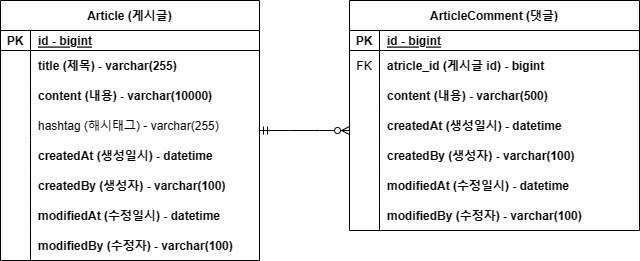
Kimminhyeo/project-board keeps this draw.io diagram as document/project-board-erd.png. Above is the earlier version. Source tidied: cells renumbered, new cells last; positions are measured from the earlier drawing's top-left corner, leaving out a move shared by most shapes.
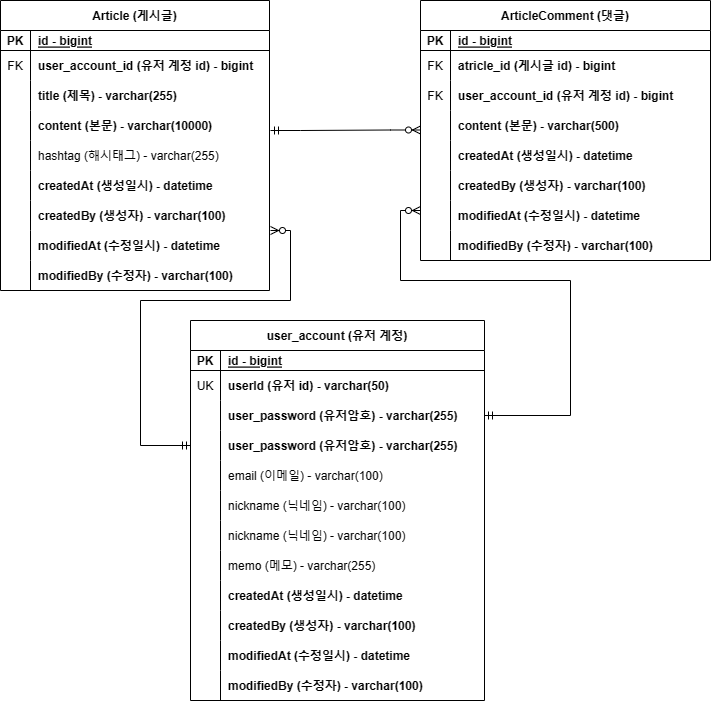
After the change.

Change to the diagram source:
```diff
@@ -3,82 +3,91 @@
     <mxCell id="0" />
     <mxCell id="1" parent="0" />
     <mxCell id="2" value="Article (게시글)" style="shape=table;startSize=30;rowLines=0;fontStyle=1;align=center;" parent="1" vertex="1">
-      <mxGeometry width="259" height="260" as="geometry" />
+      <mxGeometry x="9" width="269" height="290" as="geometry" />
     </mxCell>
     <mxCell id="3" style="shape=tableRow;horizontal=0;startSize=0;swimlaneHead=0;swimlaneBody=0;fillColor=none;top=0;left=0;right=0;bottom=1;" parent="2" vertex="1">
-      <mxGeometry y="30" width="259" height="20" as="geometry" />
+      <mxGeometry y="30" width="269" height="20" as="geometry" />
     </mxCell>
     <mxCell id="4" value="PK" style="shape=partialRectangle;fillColor=none;top=0;left=0;bottom=0;right=0;fontStyle=1;overflow=hidden;" parent="3" vertex="1">
       <mxGeometry width="30" height="20" as="geometry" />
     </mxCell>
     <mxCell id="5" value="id - bigint" style="shape=partialRectangle;fillColor=none;top=0;left=0;bottom=0;right=0;align=left;spacingLeft=6;fontStyle=5;overflow=hidden;" parent="3" vertex="1">
-      <mxGeometry x="30" width="229" height="20" as="geometry" />
+      <mxGeometry x="30" width="239" height="20" as="geometry" />
     </mxCell>
+    <mxCell id="50" style="shape=tableRow;horizontal=0;startSize=0;swimlaneHead=0;swimlaneBody=0;fillColor=none;top=0;left=0;right=0;bottom=0;fontStyle=0;" parent="2" vertex="1">
+      <mxGeometry y="50" width="269" height="30" as="geometry" />
+    </mxCell>
+    <mxCell id="51" value="FK" style="shape=partialRectangle;fillColor=none;top=0;left=0;bottom=0;right=0;overflow=hidden;" parent="50" vertex="1">
+      <mxGeometry width="30" height="30" as="geometry" />
+    </mxCell>
+    <mxCell id="52" value="user_account_id (유저 계정 id) - bigint" style="shape=partialRectangle;fillColor=none;top=0;left=0;bottom=0;right=0;align=left;spacingLeft=6;overflow=hidden;fontStyle=1;" parent="50" vertex="1">
+      <mxGeometry x="30" width="239" height="30" as="geometry" />
+    </mxCell>
     <mxCell id="6" style="shape=tableRow;horizontal=0;startSize=0;swimlaneHead=0;swimlaneBody=0;fillColor=none;top=0;left=0;right=0;bottom=0;fontStyle=0;" parent="2" vertex="1">
-      <mxGeometry y="50" width="259" height="30" as="geometry" />
+      <mxGeometry y="80" width="269" height="30" as="geometry" />
     </mxCell>
     <mxCell id="7" style="shape=partialRectangle;fillColor=none;top=0;left=0;bottom=0;right=0;overflow=hidden;" parent="6" vertex="1">
       <mxGeometry width="30" height="30" as="geometry" />
     </mxCell>
     <mxCell id="8" value="title (제목) - varchar(255)" style="shape=partialRectangle;fillColor=none;top=0;left=0;bottom=0;right=0;align=left;spacingLeft=6;overflow=hidden;fontStyle=1;" parent="6" vertex="1">
-      <mxGeometry x="30" width="229" height="30" as="geometry" />
+      <mxGeometry x="30" width="239" height="30" as="geometry" />
     </mxCell>
     <mxCell id="9" style="shape=tableRow;horizontal=0;startSize=0;swimlaneHead=0;swimlaneBody=0;fillColor=none;top=0;left=0;right=0;bottom=0;" parent="2" vertex="1">
-      <mxGeometry y="80" width="259" height="30" as="geometry" />
+      <mxGeometry y="110" width="269" height="30" as="geometry" />
     </mxCell>
     <mxCell id="10" style="shape=partialRectangle;fillColor=none;top=0;left=0;bottom=0;right=0;overflow=hidden;" parent="9" vertex="1">
       <mxGeometry width="30" height="30" as="geometry" />
     </mxCell>
-    <mxCell id="11" value="content (내용) - varchar(10000)" style="shape=partialRectangle;fillColor=none;top=0;left=0;bottom=0;right=0;align=left;spacingLeft=6;overflow=hidden;fontStyle=1;" parent="9" vertex="1">
-      <mxGeometry x="30" width="229" height="30" as="geometry" />
+    <mxCell id="11" value="content (본문) - varchar(10000)" style="shape=partialRectangle;fillColor=none;top=0;left=0;bottom=0;right=0;align=left;spacingLeft=6;overflow=hidden;fontStyle=1;" parent="9" vertex="1">
+      <mxGeometry x="30" width="239" height="30" as="geometry" />
     </mxCell>
     <mxCell id="12" style="shape=tableRow;horizontal=0;startSize=0;swimlaneHead=0;swimlaneBody=0;fillColor=none;top=0;left=0;right=0;bottom=0;" parent="2" vertex="1">
-      <mxGeometry y="110" width="259" height="30" as="geometry" />
+      <mxGeometry y="140" width="269" height="30" as="geometry" />
     </mxCell>
     <mxCell id="13" style="shape=partialRectangle;fillColor=none;top=0;left=0;bottom=0;right=0;overflow=hidden;" parent="12" vertex="1">
       <mxGeometry width="30" height="30" as="geometry" />
     </mxCell>
     <mxCell id="14" value="hashtag (해시태그) - varchar(255)" style="shape=partialRectangle;fillColor=none;top=0;left=0;bottom=0;right=0;align=left;spacingLeft=6;overflow=hidden;" parent="12" vertex="1">
-      <mxGeometry x="30" width="229" height="30" as="geometry" />
+      <mxGeometry x="30" width="239" height="30" as="geometry" />
     </mxCell>
     <mxCell id="15" style="shape=tableRow;horizontal=0;startSize=0;swimlaneHead=0;swimlaneBody=0;fillColor=none;top=0;left=0;right=0;bottom=0;" parent="2" vertex="1">
-      <mxGeometry y="140" width="259" height="30" as="geometry" />
+      <mxGeometry y="170" width="269" height="30" as="geometry" />
     </mxCell>
     <mxCell id="16" style="shape=partialRectangle;fillColor=none;top=0;left=0;bottom=0;right=0;overflow=hidden;" parent="15" vertex="1">
       <mxGeometry width="30" height="30" as="geometry" />
     </mxCell>
     <mxCell id="17" value="createdAt (생성일시) - datetime" style="shape=partialRectangle;fillColor=none;top=0;left=0;bottom=0;right=0;align=left;spacingLeft=6;overflow=hidden;fontStyle=1;" parent="15" vertex="1">
-      <mxGeometry x="30" width="229" height="30" as="geometry" />
+      <mxGeometry x="30" width="239" height="30" as="geometry" />
     </mxCell>
     <mxCell id="18" style="shape=tableRow;horizontal=0;startSize=0;swimlaneHead=0;swimlaneBody=0;fillColor=none;top=0;left=0;right=0;bottom=0;" parent="2" vertex="1">
-      <mxGeometry y="170" width="259" height="30" as="geometry" />
+      <mxGeometry y="200" width="269" height="30" as="geometry" />
     </mxCell>
     <mxCell id="19" style="shape=partialRectangle;fillColor=none;top=0;left=0;bottom=0;right=0;overflow=hidden;" parent="18" vertex="1">
       <mxGeometry width="30" height="30" as="geometry" />
     </mxCell>
     <mxCell id="20" value="createdBy (생성자) - varchar(100)" style="shape=partialRectangle;fillColor=none;top=0;left=0;bottom=0;right=0;align=left;spacingLeft=6;overflow=hidden;fontStyle=1;" parent="18" vertex="1">
-      <mxGeometry x="30" width="229" height="30" as="geometry" />
+      <mxGeometry x="30" width="239" height="30" as="geometry" />
     </mxCell>
     <mxCell id="21" style="shape=tableRow;horizontal=0;startSize=0;swimlaneHead=0;swimlaneBody=0;fillColor=none;top=0;left=0;right=0;bottom=0;" parent="2" vertex="1">
-      <mxGeometry y="200" width="259" height="30" as="geometry" />
+      <mxGeometry y="230" width="269" height="30" as="geometry" />
     </mxCell>
     <mxCell id="22" style="shape=partialRectangle;fillColor=none;top=0;left=0;bottom=0;right=0;overflow=hidden;" parent="21" vertex="1">
       <mxGeometry width="30" height="30" as="geometry" />
     </mxCell>
     <mxCell id="23" value="modifiedAt (수정일시) - datetime" style="shape=partialRectangle;fillColor=none;top=0;left=0;bottom=0;right=0;align=left;spacingLeft=6;overflow=hidden;fontStyle=1;" parent="21" vertex="1">
-      <mxGeometry x="30" width="229" height="30" as="geometry" />
+      <mxGeometry x="30" width="239" height="30" as="geometry" />
     </mxCell>
     <mxCell id="24" style="shape=tableRow;horizontal=0;startSize=0;swimlaneHead=0;swimlaneBody=0;fillColor=none;top=0;left=0;right=0;bottom=0;" parent="2" vertex="1">
-      <mxGeometry y="230" width="259" height="30" as="geometry" />
+      <mxGeometry y="260" width="269" height="30" as="geometry" />
     </mxCell>
     <mxCell id="25" style="shape=partialRectangle;fillColor=none;top=0;left=0;bottom=0;right=0;overflow=hidden;" parent="24" vertex="1">
       <mxGeometry width="30" height="30" as="geometry" />
     </mxCell>
     <mxCell id="26" value="modifiedBy (수정자) - varchar(100)" style="shape=partialRectangle;fillColor=none;top=0;left=0;bottom=0;right=0;align=left;spacingLeft=6;overflow=hidden;fontStyle=1;" parent="24" vertex="1">
-      <mxGeometry x="30" width="229" height="30" as="geometry" />
+      <mxGeometry x="30" width="239" height="30" as="geometry" />
     </mxCell>
     <mxCell id="27" value="ArticleComment (댓글)" style="shape=table;startSize=30;rowLines=0;fontStyle=1;align=center;" parent="1" vertex="1">
-      <mxGeometry x="349" width="290" height="230" as="geometry" />
+      <mxGeometry x="429" width="290" height="260" as="geometry" />
     </mxCell>
     <mxCell id="28" style="shape=tableRow;horizontal=0;startSize=0;swimlaneHead=0;swimlaneBody=0;fillColor=none;top=0;left=0;right=0;bottom=1;" parent="27" vertex="1">
       <mxGeometry y="30" width="290" height="20" as="geometry" />
@@ -98,17 +107,26 @@
     <mxCell id="33" value="atricle_id (게시글 id) - bigint" style="shape=partialRectangle;fillColor=none;top=0;left=0;bottom=0;right=0;align=left;spacingLeft=6;overflow=hidden;fontStyle=1;" parent="31" vertex="1">
       <mxGeometry x="30" width="260" height="30" as="geometry" />
     </mxCell>
+    <mxCell id="53" style="shape=tableRow;horizontal=0;startSize=0;swimlaneHead=0;swimlaneBody=0;fillColor=none;top=0;left=0;right=0;bottom=0;" parent="27" vertex="1">
+      <mxGeometry y="80" width="290" height="30" as="geometry" />
+    </mxCell>
+    <mxCell id="54" value="FK" style="shape=partialRectangle;fillColor=none;top=0;left=0;bottom=0;right=0;overflow=hidden;" parent="53" vertex="1">
+      <mxGeometry width="30" height="30" as="geometry" />
+    </mxCell>
+    <mxCell id="55" value="user_account_id (유저 계정 id) - bigint" style="shape=partialRectangle;fillColor=none;top=0;left=0;bottom=0;right=0;align=left;spacingLeft=6;overflow=hidden;fontStyle=1;" parent="53" vertex="1">
+      <mxGeometry x="30" width="260" height="30" as="geometry" />
+    </mxCell>
     <mxCell id="34" style="shape=tableRow;horizontal=0;startSize=0;swimlaneHead=0;swimlaneBody=0;fillColor=none;top=0;left=0;right=0;bottom=0;" parent="27" vertex="1">
-      <mxGeometry y="80" width="290" height="30" as="geometry" />
+      <mxGeometry y="110" width="290" height="30" as="geometry" />
     </mxCell>
     <mxCell id="35" style="shape=partialRectangle;fillColor=none;top=0;left=0;bottom=0;right=0;overflow=hidden;" parent="34" vertex="1">
       <mxGeometry width="30" height="30" as="geometry" />
     </mxCell>
-    <mxCell id="36" value="content (내용) - varchar(500)" style="shape=partialRectangle;fillColor=none;top=0;left=0;bottom=0;right=0;align=left;spacingLeft=6;overflow=hidden;fontStyle=1;" parent="34" vertex="1">
+    <mxCell id="36" value="content (본문) - varchar(500)" style="shape=partialRectangle;fillColor=none;top=0;left=0;bottom=0;right=0;align=left;spacingLeft=6;overflow=hidden;fontStyle=1;" parent="34" vertex="1">
       <mxGeometry x="30" width="260" height="30" as="geometry" />
     </mxCell>
     <mxCell id="37" style="shape=tableRow;horizontal=0;startSize=0;swimlaneHead=0;swimlaneBody=0;fillColor=none;top=0;left=0;right=0;bottom=0;" parent="27" vertex="1">
-      <mxGeometry y="110" width="290" height="30" as="geometry" />
+      <mxGeometry y="140" width="290" height="30" as="geometry" />
     </mxCell>
     <mxCell id="38" style="shape=partialRectangle;fillColor=none;top=0;left=0;bottom=0;right=0;overflow=hidden;" parent="37" vertex="1">
       <mxGeometry width="30" height="30" as="geometry" />
@@ -117,7 +135,7 @@
       <mxGeometry x="30" width="260" height="30" as="geometry" />
     </mxCell>
     <mxCell id="40" style="shape=tableRow;horizontal=0;startSize=0;swimlaneHead=0;swimlaneBody=0;fillColor=none;top=0;left=0;right=0;bottom=0;" parent="27" vertex="1">
-      <mxGeometry y="140" width="290" height="30" as="geometry" />
+      <mxGeometry y="170" width="290" height="30" as="geometry" />
     </mxCell>
     <mxCell id="41" style="shape=partialRectangle;fillColor=none;top=0;left=0;bottom=0;right=0;overflow=hidden;" parent="40" vertex="1">
       <mxGeometry width="30" height="30" as="geometry" />
@@ -126,7 +144,7 @@
       <mxGeometry x="30" width="260" height="30" as="geometry" />
     </mxCell>
     <mxCell id="43" style="shape=tableRow;horizontal=0;startSize=0;swimlaneHead=0;swimlaneBody=0;fillColor=none;top=0;left=0;right=0;bottom=0;" parent="27" vertex="1">
-      <mxGeometry y="170" width="290" height="30" as="geometry" />
+      <mxGeometry y="200" width="290" height="30" as="geometry" />
     </mxCell>
     <mxCell id="44" style="shape=partialRectangle;fillColor=none;top=0;left=0;bottom=0;right=0;overflow=hidden;" parent="43" vertex="1">
       <mxGeometry width="30" height="30" as="geometry" />
@@ -135,7 +153,7 @@
       <mxGeometry x="30" width="260" height="30" as="geometry" />
     </mxCell>
     <mxCell id="46" style="shape=tableRow;horizontal=0;startSize=0;swimlaneHead=0;swimlaneBody=0;fillColor=none;top=0;left=0;right=0;bottom=0;" parent="27" vertex="1">
-      <mxGeometry y="200" width="290" height="30" as="geometry" />
+      <mxGeometry y="230" width="290" height="30" as="geometry" />
     </mxCell>
     <mxCell id="47" style="shape=partialRectangle;fillColor=none;top=0;left=0;bottom=0;right=0;overflow=hidden;" parent="46" vertex="1">
       <mxGeometry width="30" height="30" as="geometry" />
@@ -145,9 +163,142 @@
     </mxCell>
     <mxCell id="49" style="edgeStyle=entityRelationEdgeStyle;fontSize=12;html=1;endArrow=ERzeroToMany;startArrow=ERmandOne;rounded=0;" parent="1" edge="1">
       <mxGeometry relative="1" as="geometry">
-        <mxPoint x="259" y="130" as="sourcePoint" />
-        <mxPoint x="349" y="130" as="targetPoint" />
+        <mxPoint x="279" y="130" as="sourcePoint" />
+        <mxPoint x="429" y="129.5" as="targetPoint" />
       </mxGeometry>
     </mxCell>
+    <mxCell id="56" value="user_account (유저 계정)" style="shape=table;startSize=30;rowLines=0;fontStyle=1;align=center;" parent="1" vertex="1">
+      <mxGeometry x="199" y="320" width="294" height="380" as="geometry" />
+    </mxCell>
+    <mxCell id="57" style="shape=tableRow;horizontal=0;startSize=0;swimlaneHead=0;swimlaneBody=0;fillColor=none;top=0;left=0;right=0;bottom=1;" parent="56" vertex="1">
+      <mxGeometry y="30" width="294" height="20" as="geometry" />
+    </mxCell>
+    <mxCell id="58" value="PK" style="shape=partialRectangle;fillColor=none;top=0;left=0;bottom=0;right=0;fontStyle=1;overflow=hidden;" parent="57" vertex="1">
+      <mxGeometry width="30" height="20" as="geometry" />
+    </mxCell>
+    <mxCell id="59" value="id - bigint" style="shape=partialRectangle;fillColor=none;top=0;left=0;bottom=0;right=0;align=left;spacingLeft=6;fontStyle=5;overflow=hidden;" parent="57" vertex="1">
+      <mxGeometry x="30" width="264" height="20" as="geometry" />
+    </mxCell>
+    <mxCell id="60" style="shape=tableRow;horizontal=0;startSize=0;swimlaneHead=0;swimlaneBody=0;fillColor=none;top=0;left=0;right=0;bottom=0;fontStyle=0;" parent="56" vertex="1">
+      <mxGeometry y="50" width="294" height="30" as="geometry" />
+    </mxCell>
+    <mxCell id="61" value="UK" style="shape=partialRectangle;fillColor=none;top=0;left=0;bottom=0;right=0;overflow=hidden;" parent="60" vertex="1">
+      <mxGeometry width="30" height="30" as="geometry" />
+    </mxCell>
+    <mxCell id="62" value="userId (유저 id) - varchar(50)" style="shape=partialRectangle;fillColor=none;top=0;left=0;bottom=0;right=0;align=left;spacingLeft=6;overflow=hidden;fontStyle=1;" parent="60" vertex="1">
+      <mxGeometry x="30" width="264" height="30" as="geometry" />
+    </mxCell>
+    <mxCell id="63" style="shape=tableRow;horizontal=0;startSize=0;swimlaneHead=0;swimlaneBody=0;fillColor=none;points=[[0,0.5],[1,0.5]];portConstraint=eastwest;top=0;left=0;right=0;bottom=0;" parent="56" vertex="1">
+      <mxGeometry y="80" width="294" height="30" as="geometry" />
+    </mxCell>
+    <mxCell id="64" style="shape=partialRectangle;fillColor=none;top=0;left=0;bottom=0;right=0;overflow=hidden;" parent="63" vertex="1">
+      <mxGeometry width="30" height="30" as="geometry" />
+    </mxCell>
+    <mxCell id="65" value="user_password (유저암호) - varchar(255)" style="shape=partialRectangle;fillColor=none;top=0;left=0;bottom=0;right=0;align=left;spacingLeft=6;overflow=hidden;fontStyle=1;" parent="63" vertex="1">
+      <mxGeometry x="30" width="264" height="30" as="geometry" />
+    </mxCell>
+    <mxCell id="66" style="shape=tableRow;horizontal=0;startSize=0;swimlaneHead=0;swimlaneBody=0;fillColor=none;points=[[0,0.5],[1,0.5]];portConstraint=eastwest;top=0;left=0;right=0;bottom=0;" parent="56" vertex="1">
+      <mxGeometry y="110" width="294" height="30" as="geometry" />
+    </mxCell>
+    <mxCell id="67" style="shape=partialRectangle;fillColor=none;top=0;left=0;bottom=0;right=0;overflow=hidden;" parent="66" vertex="1">
+      <mxGeometry width="30" height="30" as="geometry" />
+    </mxCell>
+    <mxCell id="68" value="user_password (유저암호) - varchar(255)" style="shape=partialRectangle;fillColor=none;top=0;left=0;bottom=0;right=0;align=left;spacingLeft=6;overflow=hidden;fontStyle=1;" parent="66" vertex="1">
+      <mxGeometry x="30" width="264" height="30" as="geometry" />
+    </mxCell>
+    <mxCell id="69" style="shape=tableRow;horizontal=0;startSize=0;swimlaneHead=0;swimlaneBody=0;fillColor=none;top=0;left=0;right=0;bottom=0;" parent="56" vertex="1">
+      <mxGeometry y="140" width="294" height="30" as="geometry" />
+    </mxCell>
+    <mxCell id="70" style="shape=partialRectangle;fillColor=none;top=0;left=0;bottom=0;right=0;overflow=hidden;" parent="69" vertex="1">
+      <mxGeometry width="30" height="30" as="geometry" />
+    </mxCell>
+    <mxCell id="71" value="email (이메일) - varchar(100)" style="shape=partialRectangle;fillColor=none;top=0;left=0;bottom=0;right=0;align=left;spacingLeft=6;overflow=hidden;" parent="69" vertex="1">
+      <mxGeometry x="30" width="264" height="30" as="geometry" />
+    </mxCell>
+    <mxCell id="72" style="shape=tableRow;horizontal=0;startSize=0;swimlaneHead=0;swimlaneBody=0;fillColor=none;top=0;left=0;right=0;bottom=0;" parent="56" vertex="1">
+      <mxGeometry y="170" width="294" height="30" as="geometry" />
+    </mxCell>
+    <mxCell id="73" style="shape=partialRectangle;fillColor=none;top=0;left=0;bottom=0;right=0;overflow=hidden;" parent="72" vertex="1">
+      <mxGeometry width="30" height="30" as="geometry" />
+    </mxCell>
+    <mxCell id="74" value="nickname (닉네임) - varchar(100)" style="shape=partialRectangle;fillColor=none;top=0;left=0;bottom=0;right=0;align=left;spacingLeft=6;overflow=hidden;" parent="72" vertex="1">
+      <mxGeometry x="30" width="264" height="30" as="geometry" />
+    </mxCell>
+    <mxCell id="75" style="shape=tableRow;horizontal=0;startSize=0;swimlaneHead=0;swimlaneBody=0;fillColor=none;top=0;left=0;right=0;bottom=0;" parent="56" vertex="1">
+      <mxGeometry y="200" width="294" height="30" as="geometry" />
+    </mxCell>
+    <mxCell id="76" style="shape=partialRectangle;fillColor=none;top=0;left=0;bottom=0;right=0;overflow=hidden;" parent="75" vertex="1">
+      <mxGeometry width="30" height="30" as="geometry" />
+    </mxCell>
+    <mxCell id="77" value="nickname (닉네임) - varchar(100)" style="shape=partialRectangle;fillColor=none;top=0;left=0;bottom=0;right=0;align=left;spacingLeft=6;overflow=hidden;" parent="75" vertex="1">
+      <mxGeometry x="30" width="264" height="30" as="geometry" />
+    </mxCell>
+    <mxCell id="78" style="shape=tableRow;horizontal=0;startSize=0;swimlaneHead=0;swimlaneBody=0;fillColor=none;top=0;left=0;right=0;bottom=0;" parent="56" vertex="1">
+      <mxGeometry y="230" width="294" height="30" as="geometry" />
+    </mxCell>
+    <mxCell id="79" style="shape=partialRectangle;fillColor=none;top=0;left=0;bottom=0;right=0;overflow=hidden;" parent="78" vertex="1">
+      <mxGeometry width="30" height="30" as="geometry" />
+    </mxCell>
+    <mxCell id="80" value="memo (메모) - varchar(255)" style="shape=partialRectangle;fillColor=none;top=0;left=0;bottom=0;right=0;align=left;spacingLeft=6;overflow=hidden;" parent="78" vertex="1">
+      <mxGeometry x="30" width="264" height="30" as="geometry" />
+    </mxCell>
+    <mxCell id="81" style="shape=tableRow;horizontal=0;startSize=0;swimlaneHead=0;swimlaneBody=0;fillColor=none;top=0;left=0;right=0;bottom=0;" parent="56" vertex="1">
+      <mxGeometry y="260" width="294" height="30" as="geometry" />
+    </mxCell>
+    <mxCell id="82" style="shape=partialRectangle;fillColor=none;top=0;left=0;bottom=0;right=0;overflow=hidden;" parent="81" vertex="1">
+      <mxGeometry width="30" height="30" as="geometry" />
+    </mxCell>
+    <mxCell id="83" value="createdAt (생성일시) - datetime" style="shape=partialRectangle;fillColor=none;top=0;left=0;bottom=0;right=0;align=left;spacingLeft=6;overflow=hidden;fontStyle=1;" parent="81" vertex="1">
+      <mxGeometry x="30" width="264" height="30" as="geometry" />
+    </mxCell>
+    <mxCell id="84" style="shape=tableRow;horizontal=0;startSize=0;swimlaneHead=0;swimlaneBody=0;fillColor=none;top=0;left=0;right=0;bottom=0;" parent="56" vertex="1">
+      <mxGeometry y="290" width="294" height="30" as="geometry" />
+    </mxCell>
+    <mxCell id="85" style="shape=partialRectangle;fillColor=none;top=0;left=0;bottom=0;right=0;overflow=hidden;" parent="84" vertex="1">
+      <mxGeometry width="30" height="30" as="geometry" />
+    </mxCell>
+    <mxCell id="86" value="createdBy (생성자) - varchar(100)" style="shape=partialRectangle;fillColor=none;top=0;left=0;bottom=0;right=0;align=left;spacingLeft=6;overflow=hidden;fontStyle=1;" parent="84" vertex="1">
+      <mxGeometry x="30" width="264" height="30" as="geometry" />
+    </mxCell>
+    <mxCell id="87" style="shape=tableRow;horizontal=0;startSize=0;swimlaneHead=0;swimlaneBody=0;fillColor=none;top=0;left=0;right=0;bottom=0;" parent="56" vertex="1">
+      <mxGeometry y="320" width="294" height="30" as="geometry" />
+    </mxCell>
+    <mxCell id="88" style="shape=partialRectangle;fillColor=none;top=0;left=0;bottom=0;right=0;overflow=hidden;" parent="87" vertex="1">
+      <mxGeometry width="30" height="30" as="geometry" />
+    </mxCell>
+    <mxCell id="89" value="modifiedAt (수정일시) - datetime" style="shape=partialRectangle;fillColor=none;top=0;left=0;bottom=0;right=0;align=left;spacingLeft=6;overflow=hidden;fontStyle=1;" parent="87" vertex="1">
+      <mxGeometry x="30" width="264" height="30" as="geometry" />
+    </mxCell>
+    <mxCell id="90" style="shape=tableRow;horizontal=0;startSize=0;swimlaneHead=0;swimlaneBody=0;fillColor=none;top=0;left=0;right=0;bottom=0;" parent="56" vertex="1">
+      <mxGeometry y="350" width="294" height="30" as="geometry" />
+    </mxCell>
+    <mxCell id="91" style="shape=partialRectangle;fillColor=none;top=0;left=0;bottom=0;right=0;overflow=hidden;" parent="90" vertex="1">
+      <mxGeometry width="30" height="30" as="geometry" />
+    </mxCell>
+    <mxCell id="92" value="modifiedBy (수정자) - varchar(100)" style="shape=partialRectangle;fillColor=none;top=0;left=0;bottom=0;right=0;align=left;spacingLeft=6;overflow=hidden;fontStyle=1;" parent="90" vertex="1">
+      <mxGeometry x="30" width="264" height="30" as="geometry" />
+    </mxCell>
+    <mxCell id="93" style="edgeStyle=orthogonalEdgeStyle;fontSize=12;html=1;endArrow=ERzeroToMany;startArrow=ERmandOne;rounded=0;exitX=0;exitY=0.5;exitDx=0;exitDy=0;" parent="1" edge="1" source="66">
+      <mxGeometry relative="1" as="geometry">
+        <mxPoint x="279" y="230" as="targetPoint" />
+        <Array as="points">
+          <mxPoint x="149" y="445" />
+          <mxPoint x="149" y="300" />
+          <mxPoint x="299" y="300" />
+          <mxPoint x="299" y="230" />
+        </Array>
+      </mxGeometry>
+    </mxCell>
+    <mxCell id="94" style="edgeStyle=orthogonalEdgeStyle;fontSize=12;html=1;endArrow=ERzeroToMany;startArrow=ERmandOne;rounded=0;exitX=1;exitY=0.5;exitDx=0;exitDy=0;" parent="1" edge="1" source="63">
+      <mxGeometry relative="1" as="geometry">
+        <mxPoint x="429" y="210" as="targetPoint" />
+        <Array as="points">
+          <mxPoint x="579" y="415" />
+          <mxPoint x="579" y="280" />
+          <mxPoint x="409" y="280" />
+          <mxPoint x="409" y="210" />
+        </Array>
+      </mxGeometry>
+    </mxCell>
   </root>
 </mxGraphModel>
```
